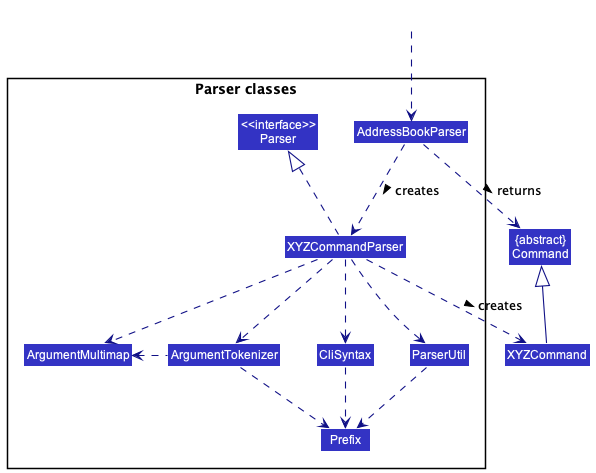
Earlier version of the PlantUML export docs/images/ParserClasses.png (nus-cs2103-AY2223S1/tp).
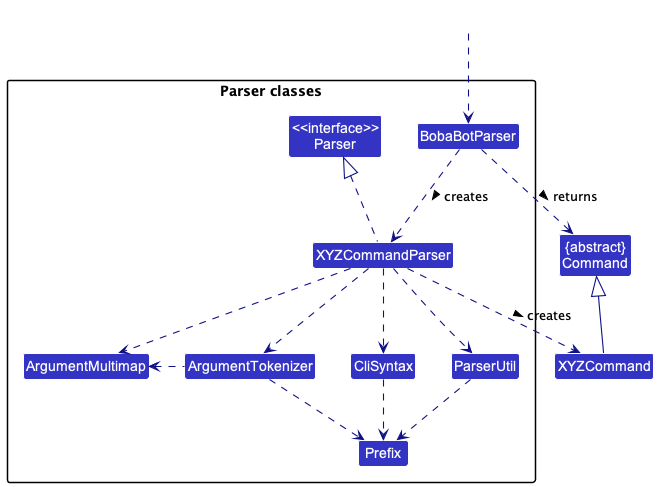
The same diagram one commit later.

Diff of the diagram source:
```diff
@@ -9,7 +9,7 @@
 
 package "Parser classes"{
 Class "<<interface>>\nParser" as Parser
-Class AddressBookParser
+Class BobaBotParser
 Class XYZCommandParser
 Class CliSyntax
 Class ParserUtil
@@ -19,12 +19,12 @@
 }
 
 Class HiddenOutside #FFFFFF
-HiddenOutside ..> AddressBookParser
+HiddenOutside ..> BobaBotParser
 
-AddressBookParser .down.> XYZCommandParser: creates >
+BobaBotParser .down.> XYZCommandParser: creates >
 
 XYZCommandParser ..> XYZCommand : creates >
-AddressBookParser ..> Command : returns >
+BobaBotParser ..> Command : returns >
 XYZCommandParser .up.|> Parser
 XYZCommandParser ..> ArgumentMultimap
 XYZCommandParser ..> ArgumentTokenizer
```
